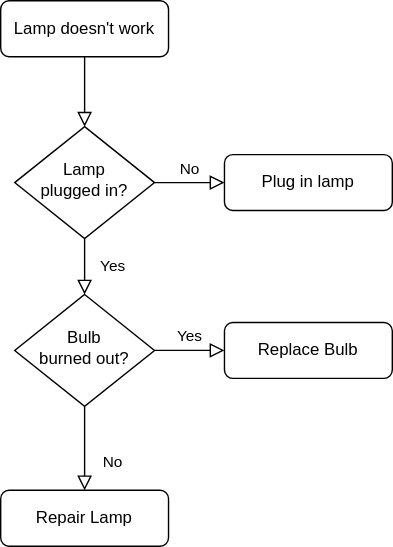
Earlier version of the draw.io export Untitled Diagram.svg (wrongchangere/test). Source tidied: cells renumbered, new cells last; positions are measured from the earlier drawing's top-left corner, leaving out a move shared by most shapes.
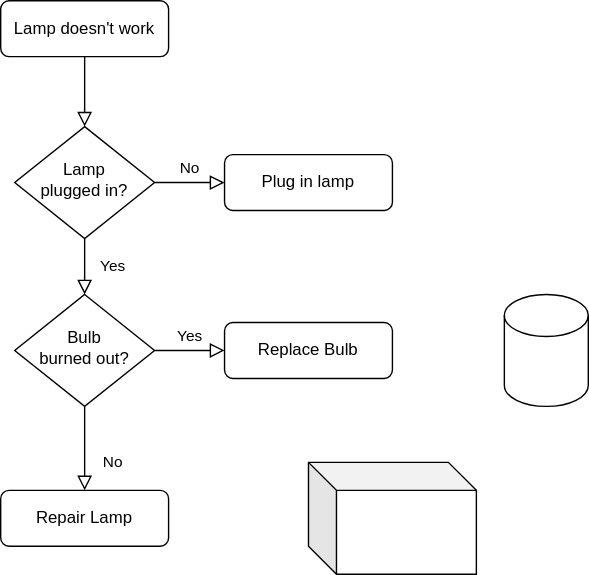
Later version of the same file.

Change to the diagram source:
```diff
@@ -35,5 +35,11 @@
     <mxCell id="12" value="Replace Bulb" style="rounded=1;whiteSpace=wrap;html=1;fontSize=12;glass=0;strokeWidth=1;shadow=0;" parent="1" vertex="1">
       <mxGeometry x="160" y="230" width="120" height="40" as="geometry" />
     </mxCell>
+    <mxCell id="13" style="shape=cylinder3;whiteSpace=wrap;html=1;boundedLbl=1;backgroundOutline=1;size=15;fontFamily=Georgia;" parent="1" vertex="1">
+      <mxGeometry x="360" y="210" width="60" height="80" as="geometry" />
+    </mxCell>
+    <mxCell id="14" style="shape=cube;whiteSpace=wrap;html=1;boundedLbl=1;backgroundOutline=1;darkOpacity=0.05;darkOpacity2=0.1;fontFamily=Georgia;" parent="1" vertex="1">
+      <mxGeometry x="220" y="330" width="120" height="80" as="geometry" />
+    </mxCell>
   </root>
 </mxGraphModel>
```
